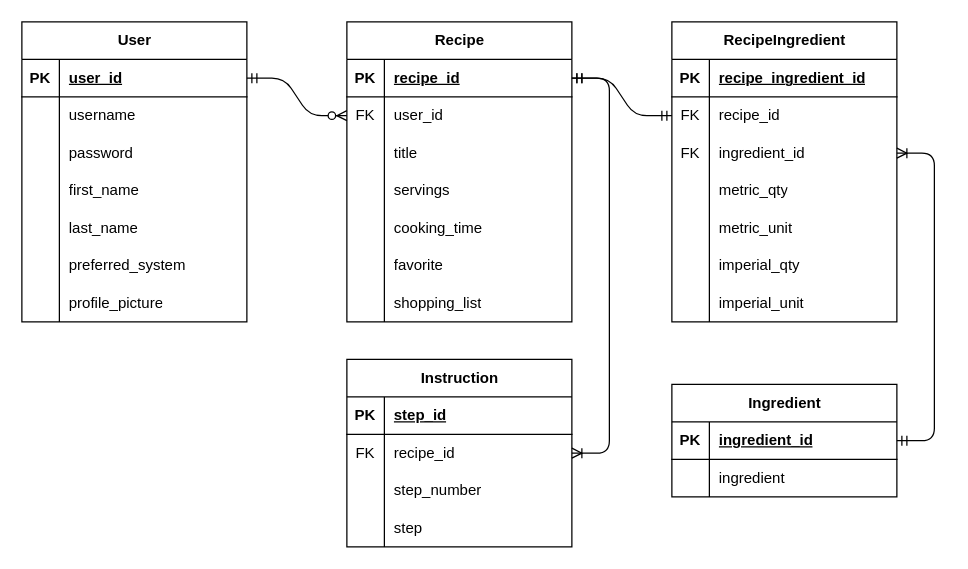
Above: schema.drawio in AlineTaylor/recipe-manager-api (draw.io), before the change. Source tidied: cells renumbered, new cells numbered last; positions are measured from the earlier drawing's top-left corner, leaving out a move shared by most shapes. Both pictures are drawn from the tidied source at 125%, with x=0, y=0 at pixel (21, 21).
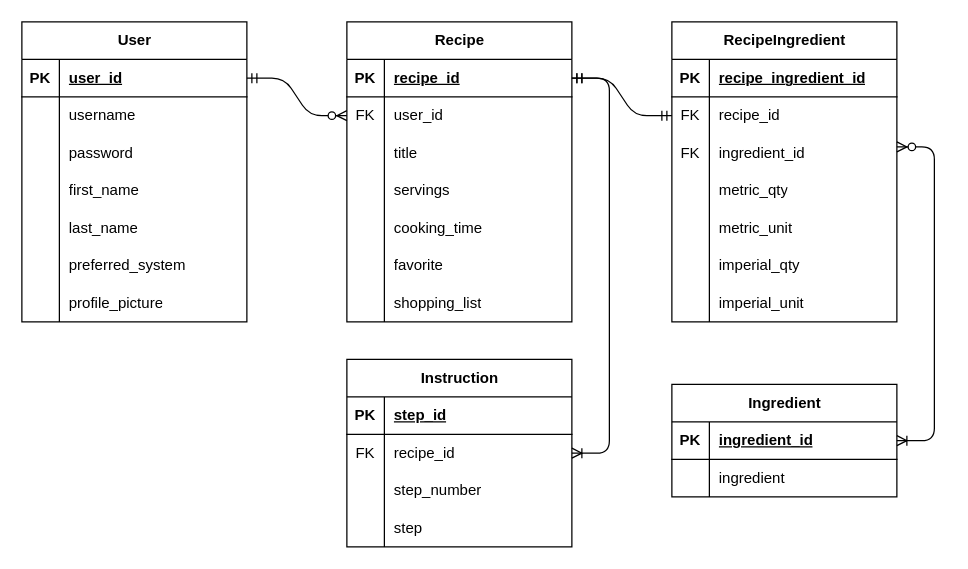
Above is the later version.

Commit message:
Corrected ERD again RecipeIngredient - Ingredient tables relationship.

Unchanged cells that the change refers to:
```xml
<mxCell id="54" style="shape=tableRow;horizontal=0;startSize=0;swimlaneHead=0;swimlaneBody=0;fillColor=none;points=[[0,0.5],[1,0.5]];portConstraint=eastwest;top=0;left=0;right=0;bottom=0;" parent="47" vertex="1">
  <mxGeometry y="90" width="180" height="30" as="geometry" />
</mxCell>
<mxCell id="84" style="shape=tableRow;horizontal=0;startSize=0;swimlaneHead=0;swimlaneBody=0;fillColor=none;points=[[0,0.5],[1,0.5]];portConstraint=eastwest;top=0;left=0;right=0;bottom=1;" parent="83" vertex="1">
  <mxGeometry y="30" width="180" height="30" as="geometry" />
</mxCell>
```

The edit, as a diff of the source:
```diff
@@
-    <mxCell id="91" style="edgeStyle=entityRelationEdgeStyle;fontSize=12;html=1;endArrow=ERoneToMany;startArrow=ERmandOne;exitX=1;exitY=0.5;exitDx=0;exitDy=0;entryX=1;entryY=0.5;entryDx=0;entryDy=0;" parent="1" edge="1" source="84" target="54">
-      <mxGeometry relative="1" as="geometry" />
-    </mxCell>
+    <mxCell id="92" style="edgeStyle=entityRelationEdgeStyle;fontSize=12;html=1;endArrow=ERoneToMany;startArrow=ERzeroToMany;" parent="1" edge="1" target="84">
+      <mxGeometry relative="1" as="geometry">
+        <mxPoint x="700" y="100" as="sourcePoint" />
+      </mxGeometry>
+    </mxCell>
```
